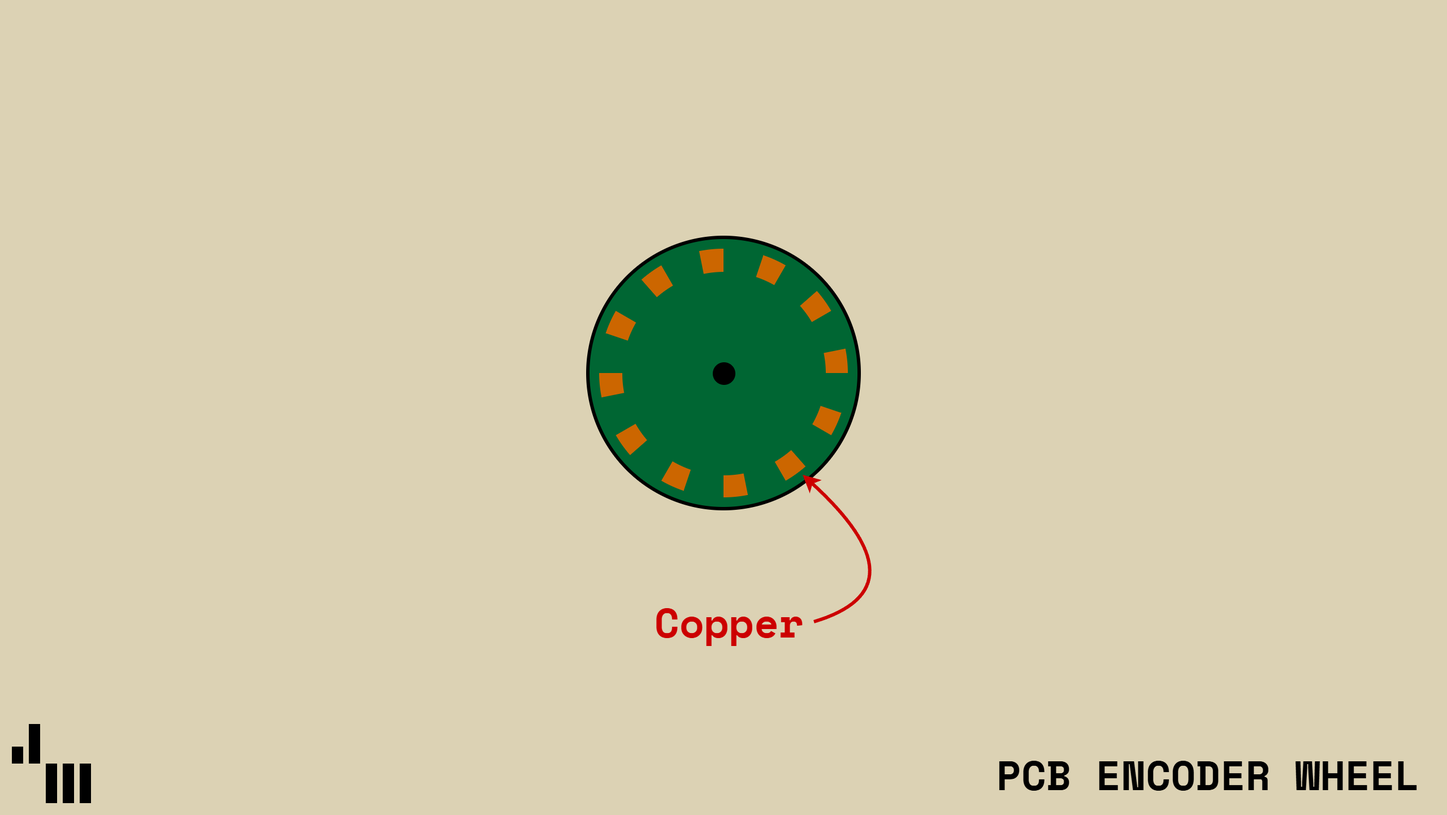
Before: diagrams/episode 1/episode 1-inductive encoder idea.drawio.png, a diagram exported from draw.io (jay-maybe/robot). Source tidied: cells renumbered, new cells last; positions are measured from the earlier drawing's top-left corner, leaving out a move shared by most shapes.
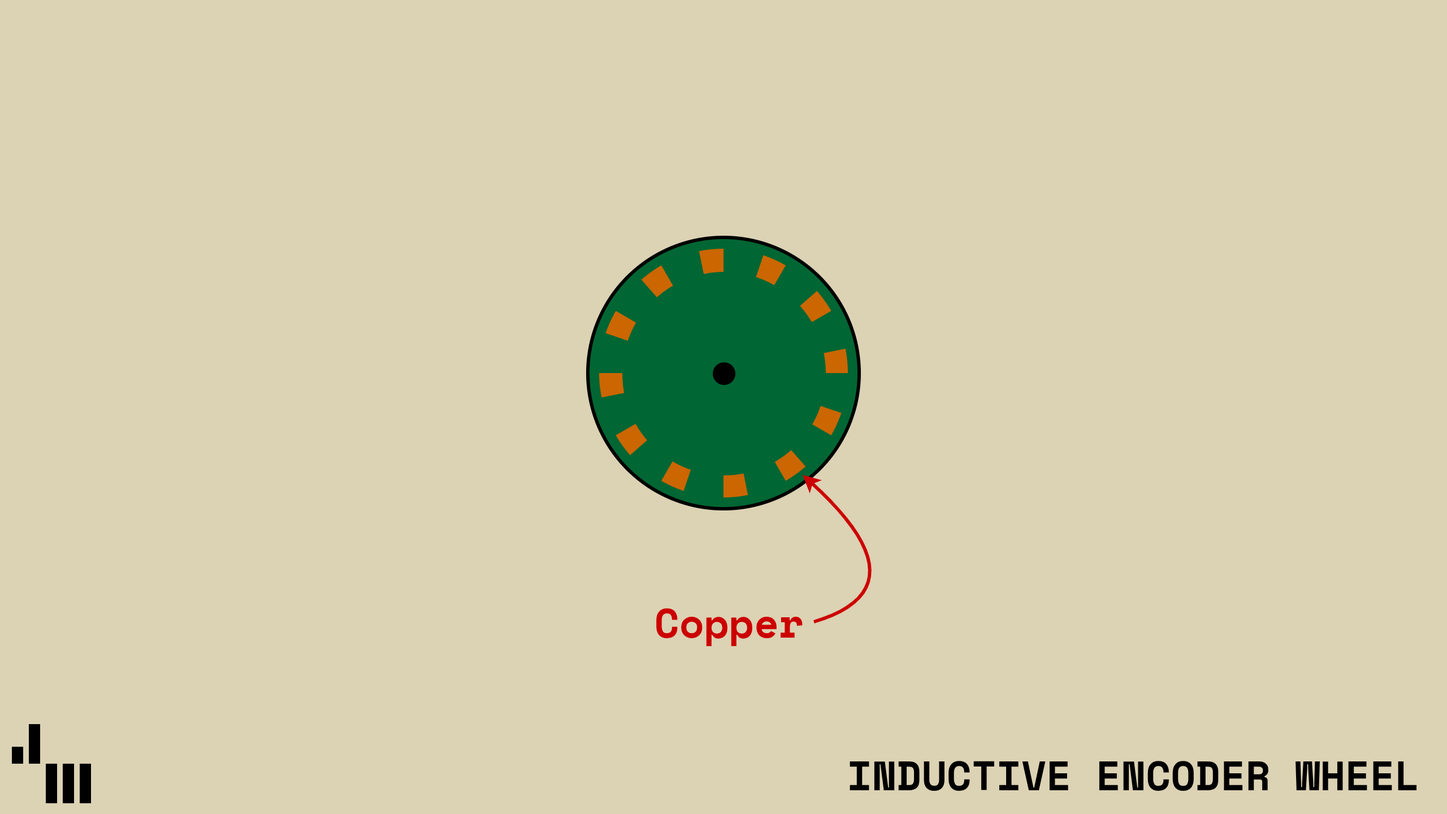
The same file after the commit.

Commit message:
episode 1 visuals

Diff of the diagram source:
```diff
@@ -41,7 +41,7 @@
     <mxCell id="14" style="verticalLabelPosition=bottom;verticalAlign=top;html=1;shape=mxgraph.basic.pie;startAngle=0.9685835209054994;endAngle=0;strokeColor=none;fillColor=light-dark(#CC6600,#E5E5E5);strokeWidth=3;rotation=-120;" parent="1" vertex="1">
       <mxGeometry x="530" y="220" width="220" height="220" as="geometry" />
     </mxCell>
-    <mxCell id="15" value="&lt;font face=&quot;Space Mono&quot;&gt;&lt;span style=&quot;font-size: 36px;&quot;&gt;&lt;b&gt;PCB ENCODER WHEEL&amp;nbsp;&lt;/b&gt;&lt;/span&gt;&lt;/font&gt;" style="text;html=1;whiteSpace=wrap;strokeColor=none;fillColor=none;align=right;verticalAlign=middle;rounded=0;fontSize=24;" parent="1" vertex="1">
+    <mxCell id="15" value="&lt;font face=&quot;Space Mono&quot;&gt;&lt;span style=&quot;font-size: 36px;&quot;&gt;&lt;b&gt;INDUCTIVE ENCODER WHEEL&amp;nbsp;&lt;/b&gt;&lt;/span&gt;&lt;/font&gt;" style="text;html=1;whiteSpace=wrap;strokeColor=none;fillColor=none;align=right;verticalAlign=middle;rounded=0;fontSize=24;" parent="1" vertex="1">
       <mxGeometry x="710" y="650" width="570" height="70" as="geometry" />
     </mxCell>
     <mxCell id="16" style="ellipse;whiteSpace=wrap;html=1;fillColor=light-dark(#006633,#EDEDED);strokeColor=none;" parent="1" vertex="1">
```
